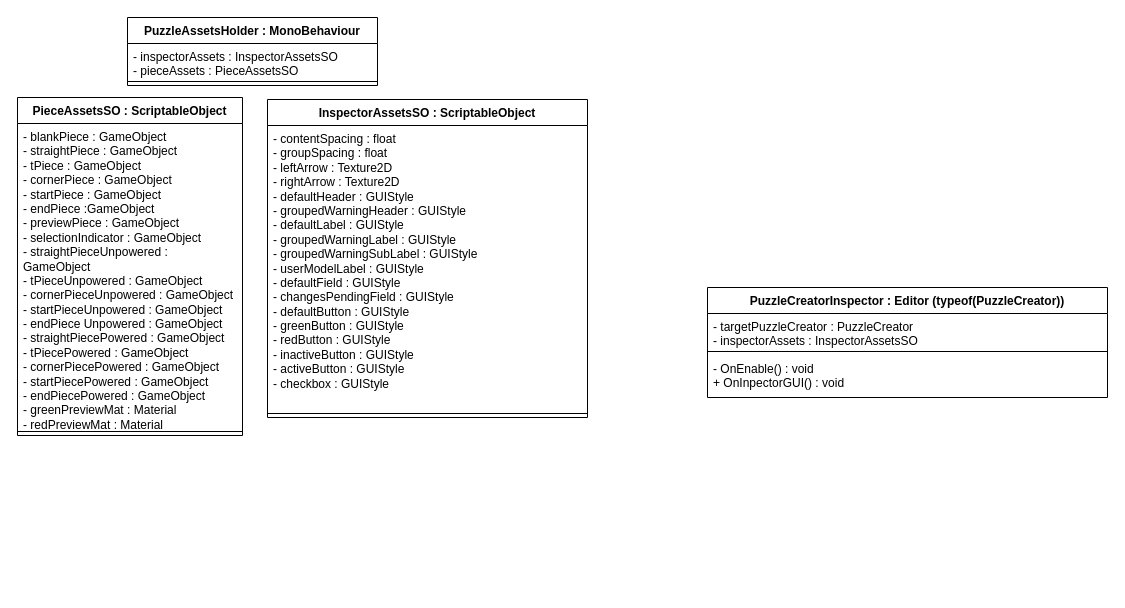
Above: CircuitPuzzleDiagram.drawio in RafaelBarbosa1997/Circuit-Puzzle (draw.io), before the change. Source tidied: cells renumbered, new cells numbered last; positions are measured from the earlier drawing's top-left corner, leaving out a move shared by most shapes. Both pictures are drawn from the tidied source at 100%, with x=0, y=0 at pixel (17, 17).
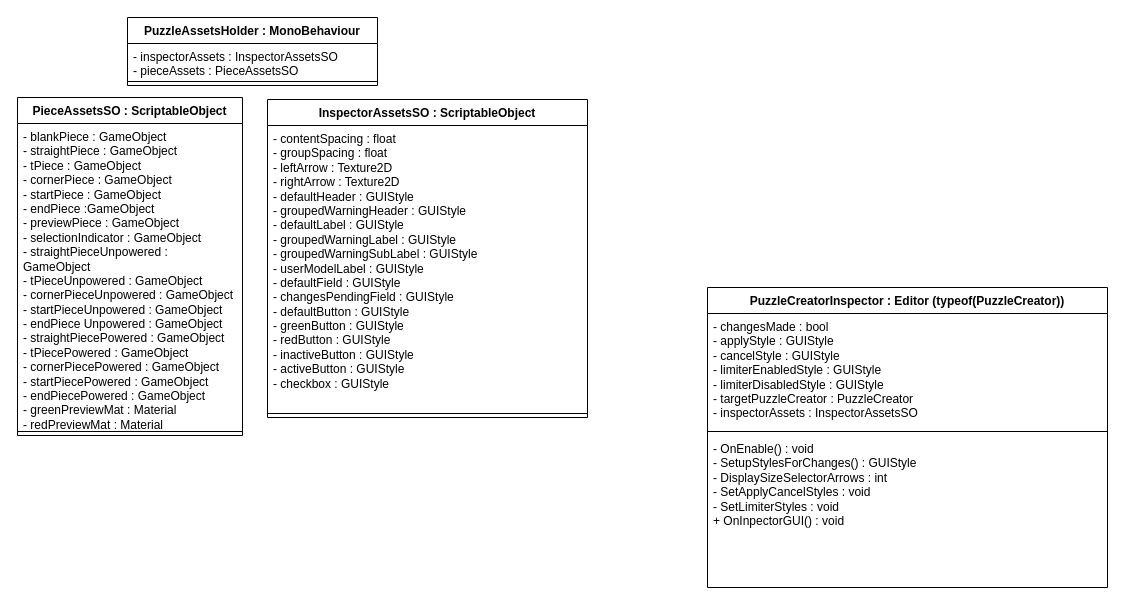
After the change.

Commit message:
PuzzleCreatorInspector diagram

- Added PuzzleCreatorInspector to class diagram.

The edit, as a diff of the source:
```diff
@@
 <mxGraphModel>
   <root>
     <mxCell id="0" />
     <mxCell id="1" parent="0" />
     <mxCell id="2" value="PuzzleAssetsHolder : MonoBehaviour" style="swimlane;fontStyle=1;align=center;verticalAlign=top;horizontal=1;startSize=26;whiteSpace=wrap;html=1;" parent="1" vertex="1">
       <mxGeometry x="110" width="250" height="68" as="geometry" />
     </mxCell>
     <mxCell id="3" value="- inspectorAssets : InspectorAssetsSO&lt;div&gt;- pieceAssets : PieceAssetsSO&lt;/div&gt;" style="text;strokeColor=none;fillColor=none;align=left;verticalAlign=top;spacingLeft=4;spacingRight=4;overflow=hidden;whiteSpace=wrap;html=1;" parent="2" vertex="1">
       <mxGeometry y="26" width="250" height="34" as="geometry" />
     </mxCell>
     <mxCell id="4" style="line;strokeWidth=1;fillColor=none;align=left;verticalAlign=middle;spacingTop=-1;spacingLeft=3;spacingRight=3;labelPosition=right;strokeColor=inherit;" parent="2" vertex="1">
       <mxGeometry y="60" width="250" height="8" as="geometry" />
     </mxCell>
     <mxCell id="5" value="PieceAssetsSO : ScriptableObject" style="swimlane;fontStyle=1;align=center;verticalAlign=top;horizontal=1;startSize=26;whiteSpace=wrap;html=1;" parent="1" vertex="1">
       <mxGeometry y="80" width="225" height="338" as="geometry" />
     </mxCell>
     <mxCell id="6" value="- blankPiece : GameObject&lt;div&gt;- straightPiece : GameObject&lt;/div&gt;&lt;div&gt;- tPiece : GameObject&lt;/div&gt;&lt;div&gt;- cornerPiece : GameObject&lt;/div&gt;&lt;div&gt;- startPiece : GameObject&lt;/div&gt;&lt;div&gt;- endPiece :GameObject&lt;/div&gt;&lt;div&gt;- previewPiece : GameObject&lt;/div&gt;&lt;div&gt;- selectionIndicator : GameObject&lt;/div&gt;&lt;div&gt;- straightPieceUnpowered : GameObject&lt;/div&gt;&lt;div&gt;- tPieceUnpowered : GameObject&lt;/div&gt;&lt;div&gt;- cornerPieceUnpowered : GameObject&lt;/div&gt;&lt;div&gt;- startPieceUnpowered : GameObject&lt;/div&gt;&lt;div&gt;- endPiece Unpowered : GameObject&lt;/div&gt;&lt;div&gt;- straightPiecePowered : GameObject&lt;/div&gt;&lt;div&gt;- tPiecePowered : GameObject&lt;/div&gt;&lt;div&gt;- cornerPiecePowered : GameObject&lt;/div&gt;&lt;div&gt;- startPiecePowered : GameObject&lt;/div&gt;&lt;div&gt;- endPiecePowered : GameObject&lt;/div&gt;&lt;div&gt;- greenPreviewMat : Material&lt;/div&gt;&lt;div&gt;- redPreviewMat : Material&lt;/div&gt;" style="text;strokeColor=none;fillColor=none;align=left;verticalAlign=top;spacingLeft=4;spacingRight=4;overflow=hidden;whiteSpace=wrap;html=1;" parent="5" vertex="1">
       <mxGeometry y="26" width="225" height="304" as="geometry" />
     </mxCell>
     <mxCell id="7" style="line;strokeWidth=1;fillColor=none;align=left;verticalAlign=middle;spacingTop=-1;spacingLeft=3;spacingRight=3;labelPosition=right;strokeColor=inherit;" parent="5" vertex="1">
       <mxGeometry y="330" width="225" height="8" as="geometry" />
     </mxCell>
     <mxCell id="8" value="InspectorAssetsSO : ScriptableObject" style="swimlane;fontStyle=1;align=center;verticalAlign=top;horizontal=1;startSize=26;whiteSpace=wrap;html=1;" parent="1" vertex="1">
       <mxGeometry x="250" y="82" width="320" height="318" as="geometry" />
     </mxCell>
     <mxCell id="9" value="&lt;div&gt;- contentSpacing : float&lt;/div&gt;&lt;div&gt;- groupSpacing : float&lt;/div&gt;- leftArrow : Texture2D&lt;div&gt;- rightArrow : Texture2D&lt;/div&gt;&lt;div&gt;- defaultHeader : GUIStyle&lt;/div&gt;&lt;div&gt;- groupedWarningHeader : GUIStyle&lt;/div&gt;&lt;div&gt;- defaultLabel : GUIStyle&lt;/div&gt;&lt;div&gt;- groupedWarningLabel : GUIStyle&lt;/div&gt;&lt;div&gt;- groupedWarningSubLabel : GUIStyle&lt;/div&gt;&lt;div&gt;- userModelLabel : GUIStyle&lt;/div&gt;&lt;div&gt;- defaultField : GUIStyle&lt;/div&gt;&lt;div&gt;- changesPendingField : GUIStyle&lt;/div&gt;&lt;div&gt;- defaultButton : GUIStyle&lt;/div&gt;&lt;div&gt;- greenButton : GUIStyle&lt;/div&gt;&lt;div&gt;- redButton : GUIStyle&lt;/div&gt;&lt;div&gt;- inactiveButton : GUIStyle&lt;/div&gt;&lt;div&gt;- activeButton : GUIStyle&lt;/div&gt;&lt;div&gt;- checkbox : GUIStyle&lt;/div&gt;" style="text;strokeColor=none;fillColor=none;align=left;verticalAlign=top;spacingLeft=4;spacingRight=4;overflow=hidden;whiteSpace=wrap;html=1;" parent="8" vertex="1">
       <mxGeometry y="26" width="320" height="284" as="geometry" />
     </mxCell>
     <mxCell id="10" style="line;strokeWidth=1;fillColor=none;align=left;verticalAlign=middle;spacingTop=-1;spacingLeft=3;spacingRight=3;labelPosition=right;strokeColor=inherit;" parent="8" vertex="1">
       <mxGeometry y="310" width="320" height="8" as="geometry" />
     </mxCell>
     <mxCell id="11" value="PuzzleCreatorInspector : Editor (typeof(PuzzleCreator))" style="swimlane;fontStyle=1;align=center;verticalAlign=top;horizontal=1;startSize=26;whiteSpace=wrap;html=1;" parent="1" vertex="1">
-      <mxGeometry x="690" y="270" width="400" height="110" as="geometry" />
+      <mxGeometry x="690" y="270" width="400" height="300" as="geometry" />
     </mxCell>
-    <mxCell id="12" value="- targetPuzzleCreator : PuzzleCreator&lt;div&gt;- inspectorAssets : InspectorAssetsSO&lt;/div&gt;" style="text;strokeColor=none;fillColor=none;align=left;verticalAlign=top;spacingLeft=4;spacingRight=4;overflow=hidden;whiteSpace=wrap;html=1;" parent="11" vertex="1">
-      <mxGeometry y="26" width="400" height="34" as="geometry" />
+    <mxCell id="12" value="&lt;div&gt;- changesMade : bool&lt;/div&gt;&lt;div&gt;- applyStyle : GUIStyle&lt;/div&gt;&lt;div&gt;- cancelStyle : GUIStyle&lt;/div&gt;&lt;div&gt;- limiterEnabledStyle : GUIStyle&lt;/div&gt;&lt;div&gt;- limiterDisabledStyle : GUIStyle&lt;/div&gt;- targetPuzzleCreator : PuzzleCreator&lt;div&gt;- inspectorAssets : InspectorAssetsSO&lt;/div&gt;&lt;div&gt;&lt;br&gt;&lt;/div&gt;" style="text;strokeColor=none;fillColor=none;align=left;verticalAlign=top;spacingLeft=4;spacingRight=4;overflow=hidden;whiteSpace=wrap;html=1;" parent="11" vertex="1">
+      <mxGeometry y="26" width="400" height="114" as="geometry" />
     </mxCell>
     <mxCell id="13" style="line;strokeWidth=1;fillColor=none;align=left;verticalAlign=middle;spacingTop=-1;spacingLeft=3;spacingRight=3;labelPosition=right;strokeColor=inherit;" parent="11" vertex="1">
-      <mxGeometry y="60" width="400" height="8" as="geometry" />
+      <mxGeometry y="140" width="400" height="8" as="geometry" />
     </mxCell>
-    <mxCell id="14" value="&lt;div&gt;- OnEnable() : void&lt;/div&gt;+ OnInpectorGUI() : void" style="text;strokeColor=none;fillColor=none;align=left;verticalAlign=top;spacingLeft=4;spacingRight=4;overflow=hidden;whiteSpace=wrap;html=1;" parent="11" vertex="1">
-      <mxGeometry y="68" width="400" height="42" as="geometry" />
+    <mxCell id="14" value="&lt;div&gt;- OnEnable() : void&lt;/div&gt;&lt;div&gt;- SetupStylesForChanges() : GUIStyle&lt;/div&gt;&lt;div&gt;- DisplaySizeSelectorArrows : int&lt;/div&gt;&lt;div&gt;- SetApplyCancelStyles : void&lt;/div&gt;&lt;div&gt;- SetLimiterStyles : void&lt;/div&gt;+ OnInpectorGUI() : void" style="text;strokeColor=none;fillColor=none;align=left;verticalAlign=top;spacingLeft=4;spacingRight=4;overflow=hidden;whiteSpace=wrap;html=1;" parent="11" vertex="1">
+      <mxGeometry y="148" width="400" height="152" as="geometry" />
     </mxCell>
   </root>
 </mxGraphModel>
```
